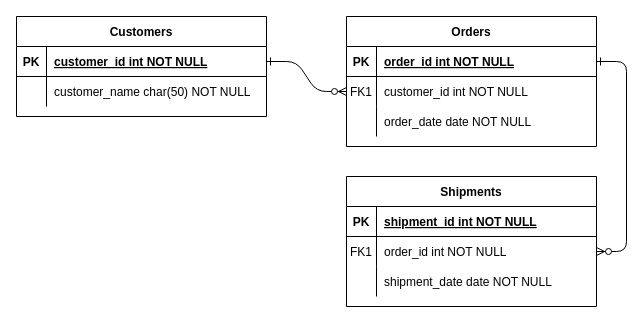
sampan6108111007/Diagram keeps this draw.io diagram as แบบแผนที่ยังไม่ได้ตั้งชื่อ.drawio. Above is the earlier version. Source tidied: cells renumbered, new cells numbered last; positions are measured from the earlier drawing's top-left corner, leaving out a move shared by most shapes. Both pictures are drawn from the tidied source at 100%, with x=0, y=0 at pixel (16, 16).
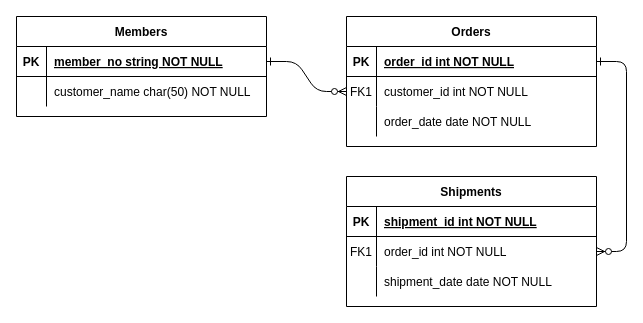
The same page after the edit.

The change refers to these unchanged cells:
```xml
<mxCell id="25" style="shape=partialRectangle;fillColor=none;points=[[0,0.5],[1,0.5]];portConstraint=eastwest;top=0;left=0;right=0;bottom=1;" parent="24" vertex="1">
  <mxGeometry y="30" width="250" height="30" as="geometry" />
</mxCell>
```

The edit, as a diff of the source:
```diff
@@
-    <mxCell id="24" value="Customers" style="shape=table;startSize=30;childLayout=tableLayout;rowLines=0;fontStyle=1;align=center;" parent="1" vertex="1">
+    <mxCell id="24" value="Members" style="shape=table;startSize=30;childLayout=tableLayout;rowLines=0;fontStyle=1;align=center;" parent="1" vertex="1">
       <mxGeometry width="250" height="100" as="geometry" />
     </mxCell>
@@
-    <mxCell id="27" value="customer_id int NOT NULL " style="shape=partialRectangle;overflow=hidden;fillColor=none;top=0;left=0;bottom=0;right=0;align=left;spacingLeft=6;fontStyle=5;" parent="25" vertex="1">
+    <mxCell id="27" value="member_no string NOT NULL " style="shape=partialRectangle;overflow=hidden;fillColor=none;top=0;left=0;bottom=0;right=0;align=left;spacingLeft=6;fontStyle=5;" parent="25" vertex="1">
       <mxGeometry x="30" width="220" height="30" as="geometry" />
     </mxCell>
```
